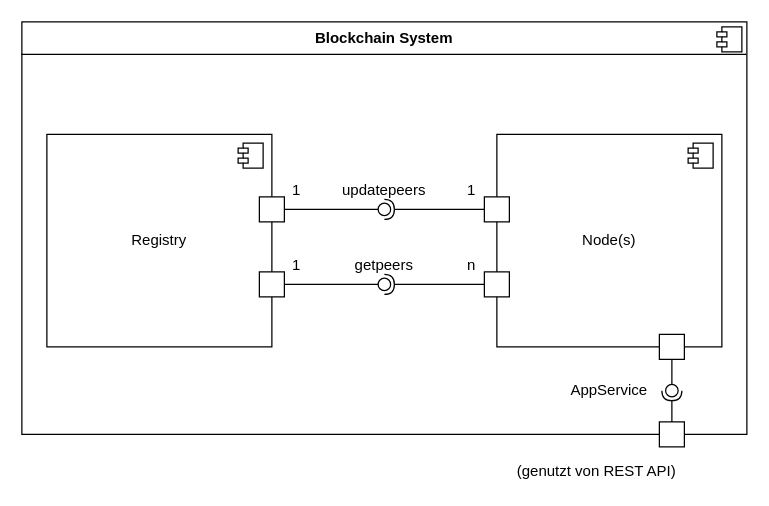
This is docs/arc42/arc42-MinerNetwork/images/Layer 1_neu.drawio from bjoern621/VSP-Blockchain, a draw.io file, before an edit. Source tidied: cells renumbered, new cells numbered last; positions are measured from the earlier drawing's top-left corner, leaving out a move shared by most shapes. Both pictures are drawn from the tidied source at 125%, with x=0, y=0 at pixel (21, 21).
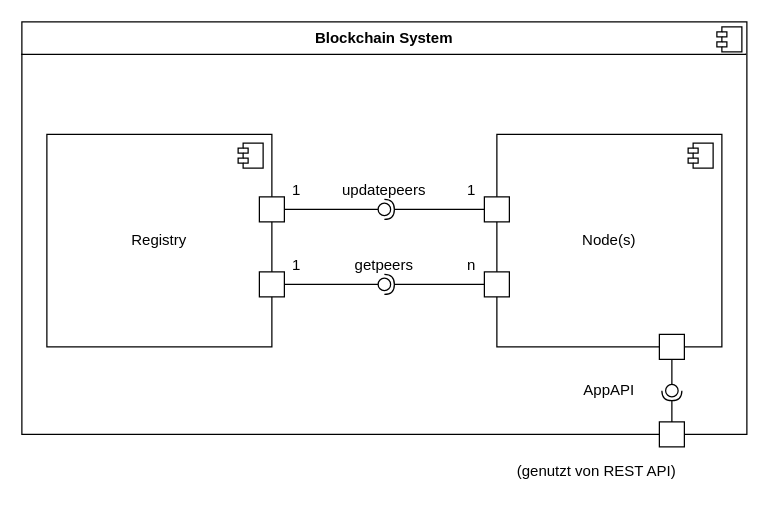
Above is the later version.

Commit message (it also covers changes not shown here):
layer 1 aktualisiert

Change to the diagram source:
```diff
@@
-    <mxCell id="24" value="AppService" style="text;html=1;whiteSpace=wrap;strokeColor=none;fillColor=none;align=center;verticalAlign=middle;rounded=0;" parent="1" vertex="1">
+    <mxCell id="24" value="AppAPI" style="text;html=1;whiteSpace=wrap;strokeColor=none;fillColor=none;align=center;verticalAlign=middle;rounded=0;" parent="1" vertex="1">
       <mxGeometry x="430" y="280" width="80" height="30" as="geometry" />
     </mxCell>
```
